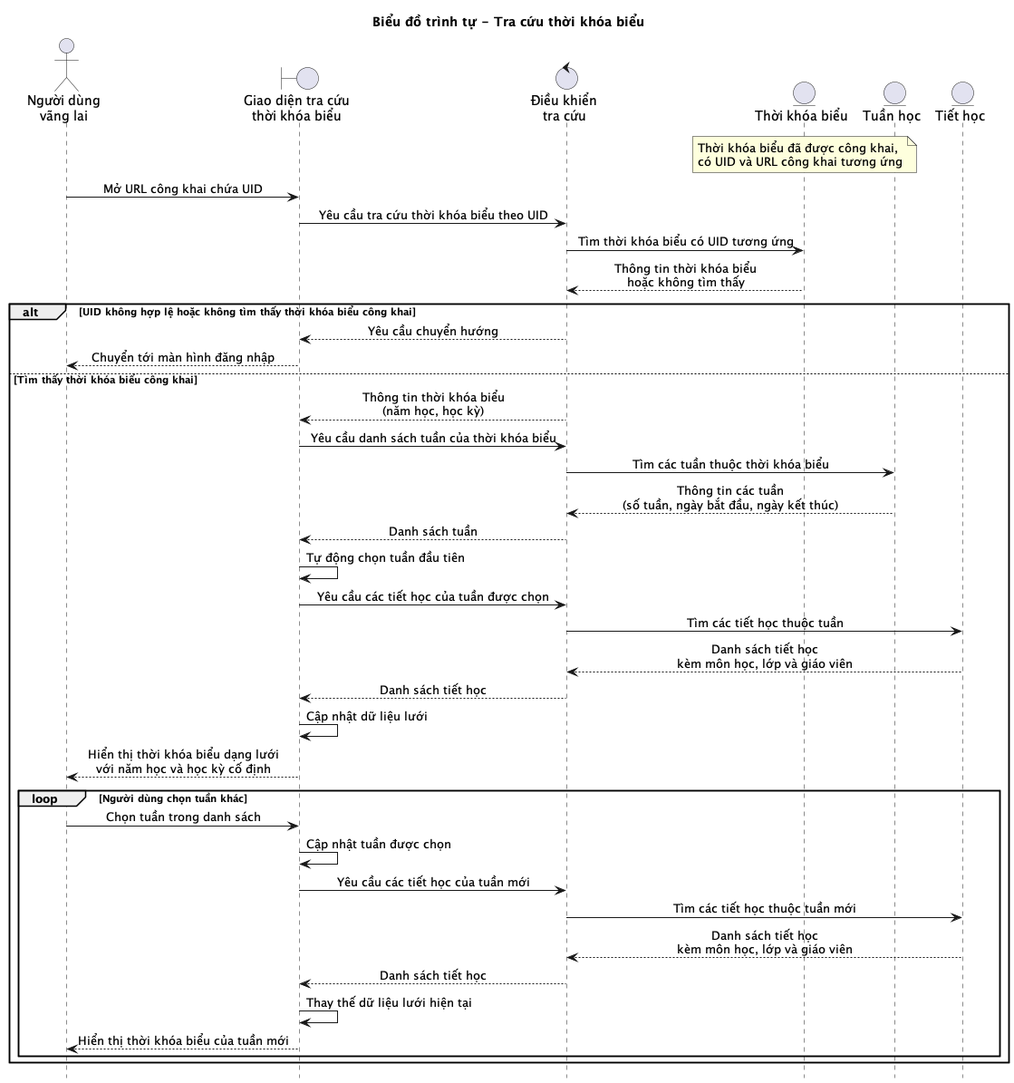
This is report/Hinhve/SequenceDiagram/sequence_tra_cuu_tkb.png from ntth2000/edu-scheduling, a PlantUML export, as it was before one commit.
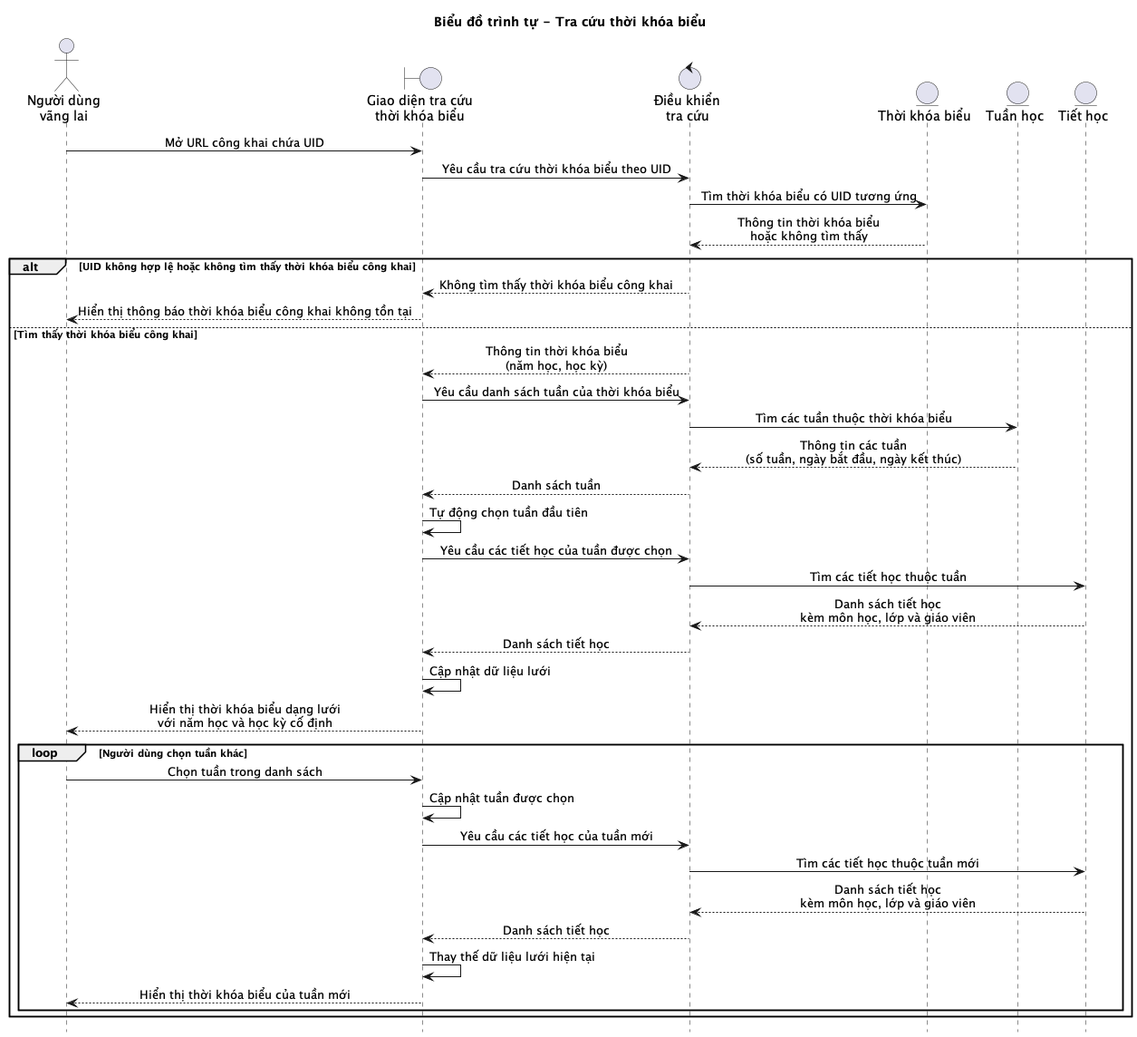
After the commit.

What changed in the source:
```diff
@@ -12,19 +12,14 @@
 entity "Tuần học" as Week
 entity "Tiết học" as Slot
 
-note over Timetable
-    Thời khóa biểu đã được công khai,
-    có UID và URL công khai tương ứng
-end note
-
 Guest -> LookupUI: Mở URL công khai chứa UID
 LookupUI -> LookupController: Yêu cầu tra cứu thời khóa biểu theo UID
 LookupController -> Timetable: Tìm thời khóa biểu có UID tương ứng
 Timetable --> LookupController: Thông tin thời khóa biểu\nhoặc không tìm thấy
 
 alt UID không hợp lệ hoặc không tìm thấy thời khóa biểu công khai
-    LookupController --> LookupUI: Yêu cầu chuyển hướng
-    LookupUI --> Guest: Chuyển tới màn hình đăng nhập
+    LookupController --> LookupUI: Không tìm thấy thời khóa biểu công khai
+    LookupUI --> Guest: Hiển thị thông báo thời khóa biểu công khai không tồn tại
 else Tìm thấy thời khóa biểu công khai
     LookupController --> LookupUI: Thông tin thời khóa biểu\n(năm học, học kỳ)
 
```
